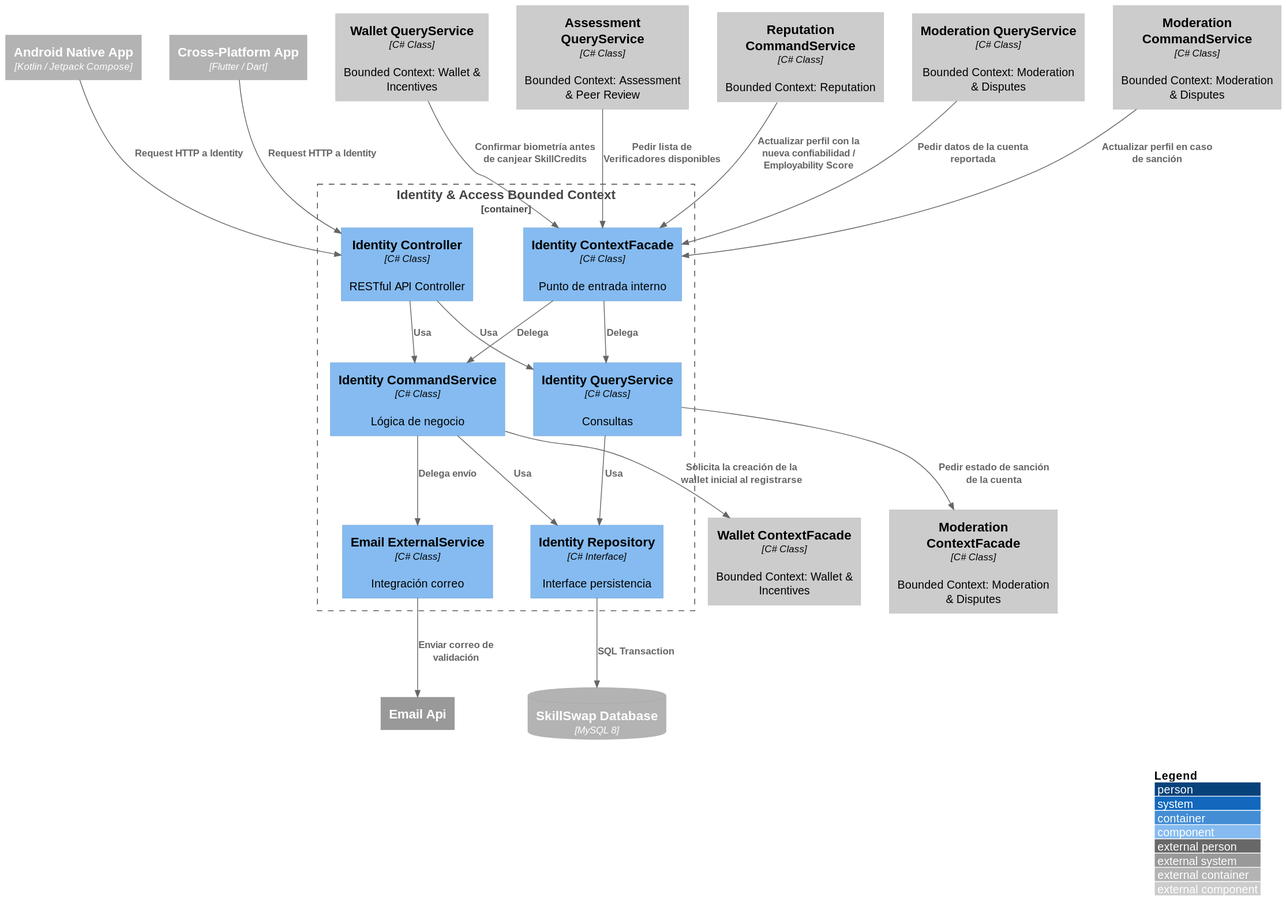
Aplicaciones-Dispositivos-Moviles/SkillSwap-ProjectReport keeps this PlantUML diagram as images-doc/IdentityComponent.svg. Above is the earlier version.
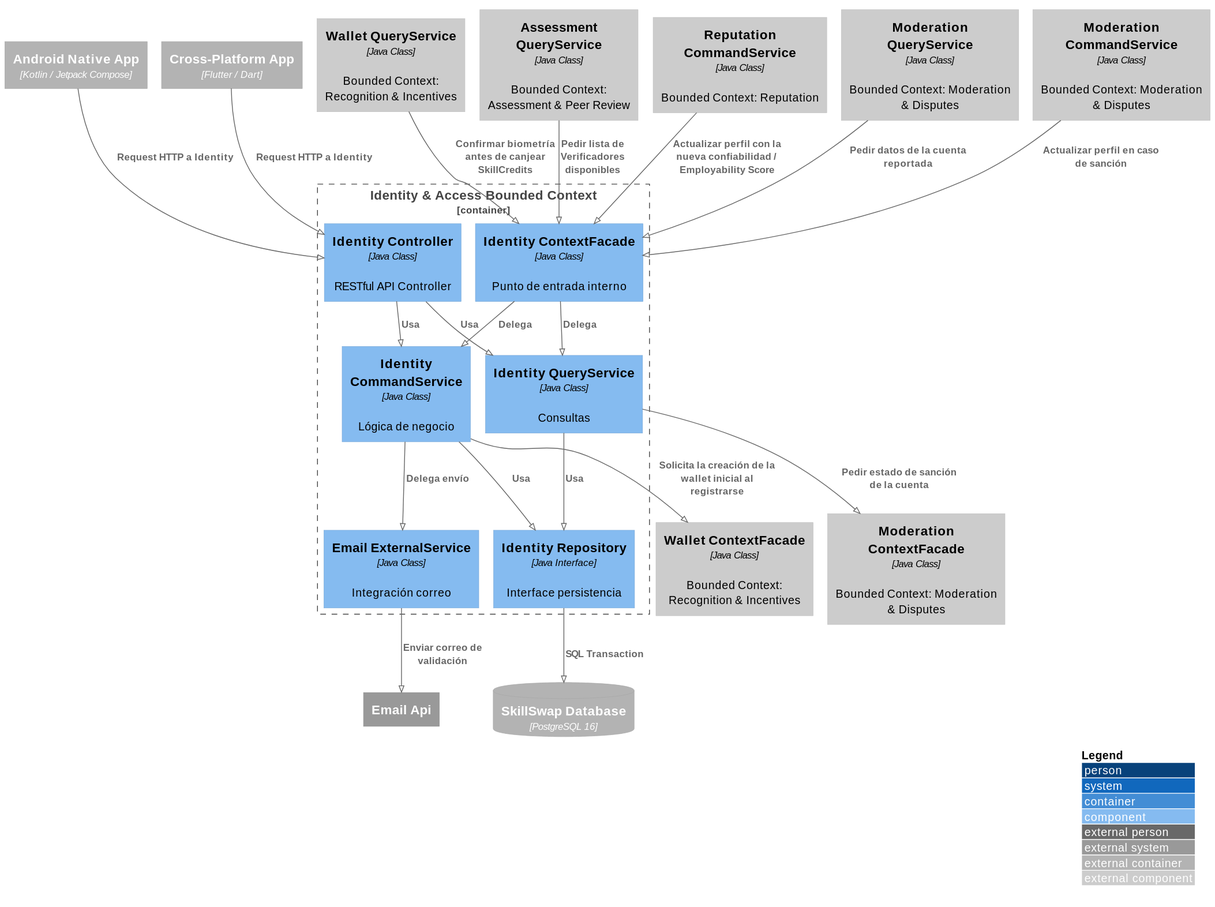
After the commit.

Diff of the diagram source:
```diff
@@ -1,30 +1,31 @@
 @startuml
+!pragma layout smetana
 !include https://raw.githubusercontent.com/plantuml-stdlib/C4-PlantUML/master/C4_Component.puml
 
 LAYOUT_WITH_LEGEND()
 
 Container_Ext(androidApp, "Android Native App", "Kotlin / Jetpack Compose")
 Container_Ext(flutterApp, "Cross-Platform App", "Flutter / Dart")
-ContainerDb_Ext(mainDB, "SkillSwap Database", "MySQL 8")
+ContainerDb_Ext(mainDB, "SkillSwap Database", "PostgreSQL 16")
 System_Ext(emailService, "Email Api")
 
 Container_Boundary(identityBC, "Identity & Access Bounded Context") {
-    Component(identityController, "Identity Controller", "C# Class", "RESTful API Controller")
-    Component(identityCommandService, "Identity CommandService", "C# Class", "Lógica de negocio")
-    Component(identityQueryService, "Identity QueryService", "C# Class", "Consultas")
-    Component(identityRepository, "Identity Repository", "C# Interface", "Interface persistencia")
-    Component(emailExternal, "Email ExternalService", "C# Class", "Integración correo")
-    Component(identityContextFacade, "Identity ContextFacade", "C# Class", "Punto de entrada interno")
+    Component(identityController, "Identity Controller", "Java Class", "RESTful API Controller")
+    Component(identityCommandService, "Identity CommandService", "Java Class", "Lógica de negocio")
+    Component(identityQueryService, "Identity QueryService", "Java Class", "Consultas")
+    Component(identityRepository, "Identity Repository", "Java Interface", "Interface persistencia")
+    Component(emailExternal, "Email ExternalService", "Java Class", "Integración correo")
+    Component(identityContextFacade, "Identity ContextFacade", "Java Class", "Punto de entrada interno")
 }
 
-Component_Ext(walletContextFacade, "Wallet ContextFacade", "C# Class", "Bounded Context: Wallet & Incentives")
-Component_Ext(moderationContextFacade, "Moderation ContextFacade", "C# Class", "Bounded Context: Moderation & Disputes")
+Component_Ext(walletContextFacade, "Wallet ContextFacade", "Java Class", "Bounded Context: Recognition & Incentives")
+Component_Ext(moderationContextFacade, "Moderation ContextFacade", "Java Class", "Bounded Context: Moderation & Disputes")
 
-Component_Ext(assessmentQueryService, "Assessment QueryService", "C# Class", "Bounded Context: Assessment & Peer Review")
-Component_Ext(reputationCommandService, "Reputation CommandService", "C# Class", "Bounded Context: Reputation")
-Component_Ext(moderationQueryService, "Moderation QueryService", "C# Class", "Bounded Context: Moderation & Disputes")
-Component_Ext(moderationCommandService, "Moderation CommandService", "C# Class", "Bounded Context: Moderation & Disputes")
-Component_Ext(walletQueryService, "Wallet QueryService", "C# Class", "Bounded Context: Wallet & Incentives")
+Component_Ext(assessmentQueryService, "Assessment QueryService", "Java Class", "Bounded Context: Assessment & Peer Review")
+Component_Ext(reputationCommandService, "Reputation CommandService", "Java Class", "Bounded Context: Reputation")
+Component_Ext(moderationQueryService, "Moderation QueryService", "Java Class", "Bounded Context: Moderation & Disputes")
+Component_Ext(moderationCommandService, "Moderation CommandService", "Java Class", "Bounded Context: Moderation & Disputes")
+Component_Ext(walletQueryService, "Wallet QueryService", "Java Class", "Bounded Context: Recognition & Incentives")
 
 Rel(androidApp, identityController, "Request HTTP a Identity")
 Rel(flutterApp, identityController, "Request HTTP a Identity")
```
